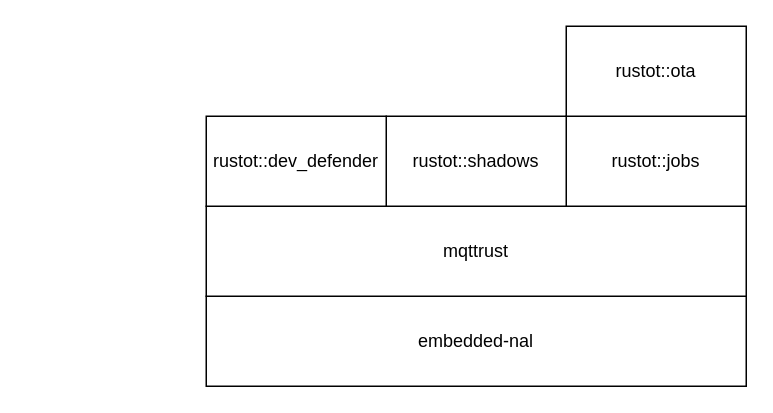
Earlier version of the draw.io diagram documentation/stack.drawio (FactbirdHQ/rustot). Source tidied: cells renumbered, new cells numbered last; positions are measured from the earlier drawing's top-left corner, leaving out a move shared by most shapes. Both pictures are drawn from the tidied source at 150%, with x=0, y=0 at pixel (206, 26).
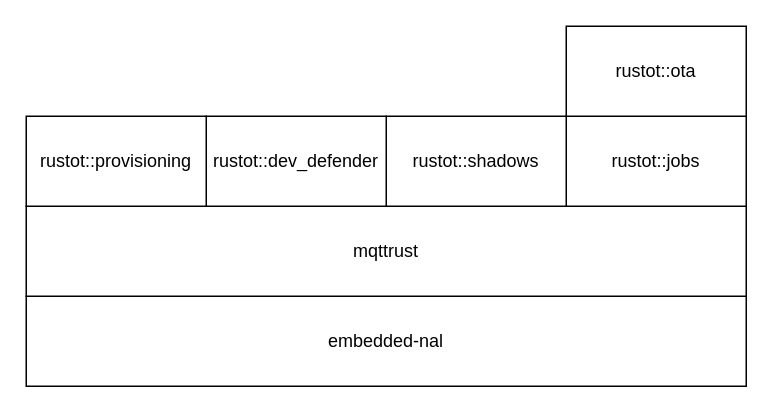
The same diagram, later.

Change to the diagram source:
```diff
@@
 <mxGraphModel>
   <root>
     <mxCell id="0" />
     <mxCell id="1" parent="0" />
     <mxCell id="2" value="embedded-nal" style="rounded=0;whiteSpace=wrap;html=1;" parent="1" vertex="1">
-      <mxGeometry y="180" width="360" height="60" as="geometry" />
+      <mxGeometry x="-120" y="180" width="480" height="60" as="geometry" />
     </mxCell>
     <mxCell id="3" value="mqttrust" style="rounded=0;whiteSpace=wrap;html=1;" parent="1" vertex="1">
-      <mxGeometry y="120" width="360" height="60" as="geometry" />
+      <mxGeometry x="-120" y="120" width="480" height="60" as="geometry" />
     </mxCell>
     <mxCell id="4" value="rustot::jobs" style="rounded=0;whiteSpace=wrap;html=1;" parent="1" vertex="1">
       <mxGeometry x="240" y="60" width="120" height="60" as="geometry" />
     </mxCell>
     <mxCell id="5" value="rustot::ota" style="rounded=0;whiteSpace=wrap;html=1;" parent="1" vertex="1">
       <mxGeometry x="240" width="120" height="60" as="geometry" />
     </mxCell>
     <mxCell id="6" value="rustot::shadows" style="rounded=0;whiteSpace=wrap;html=1;" parent="1" vertex="1">
       <mxGeometry x="120" y="60" width="120" height="60" as="geometry" />
     </mxCell>
     <mxCell id="7" value="rustot::dev_defender" style="rounded=0;whiteSpace=wrap;html=1;" parent="1" vertex="1">
       <mxGeometry y="60" width="120" height="60" as="geometry" />
     </mxCell>
+    <mxCell id="8" value="rustot::provisioning" style="rounded=0;whiteSpace=wrap;html=1;" parent="1" vertex="1">
+      <mxGeometry x="-120" y="60" width="120" height="60" as="geometry" />
+    </mxCell>
   </root>
 </mxGraphModel>
```
